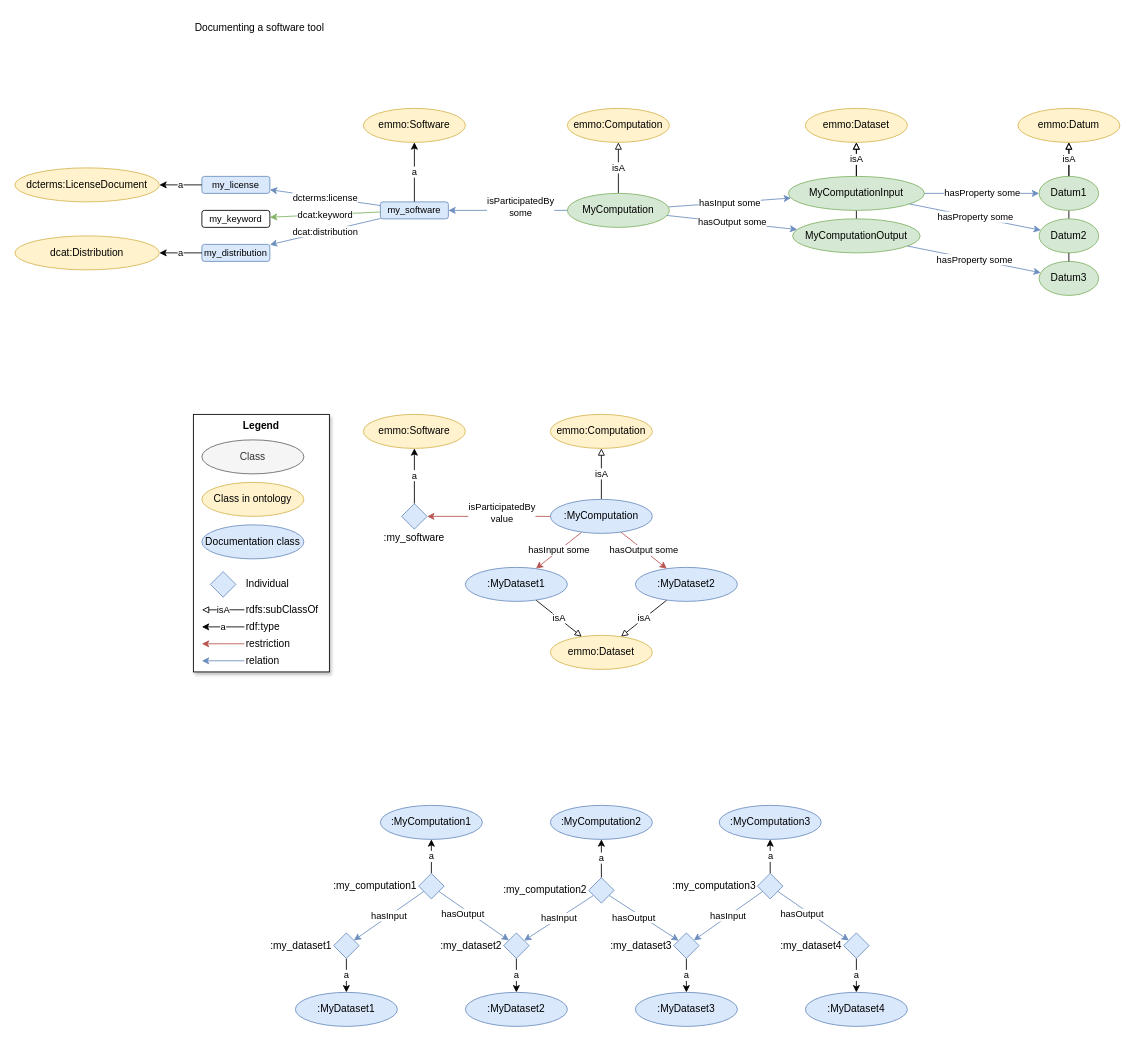
The draw.io diagram page "Page-1" (1 of 2) of examples/tools/figs/matchmaker-datadoc.drawio in HEU-MatCHMaker/DataDocumentation, before the edit. Source tidied: cells renumbered, new cells numbered last; positions are measured from the earlier drawing's top-left corner, leaving out a move shared by most shapes. Both pictures are drawn from the tidied source at 85%, with x=0, y=0 at pixel (14, 14).
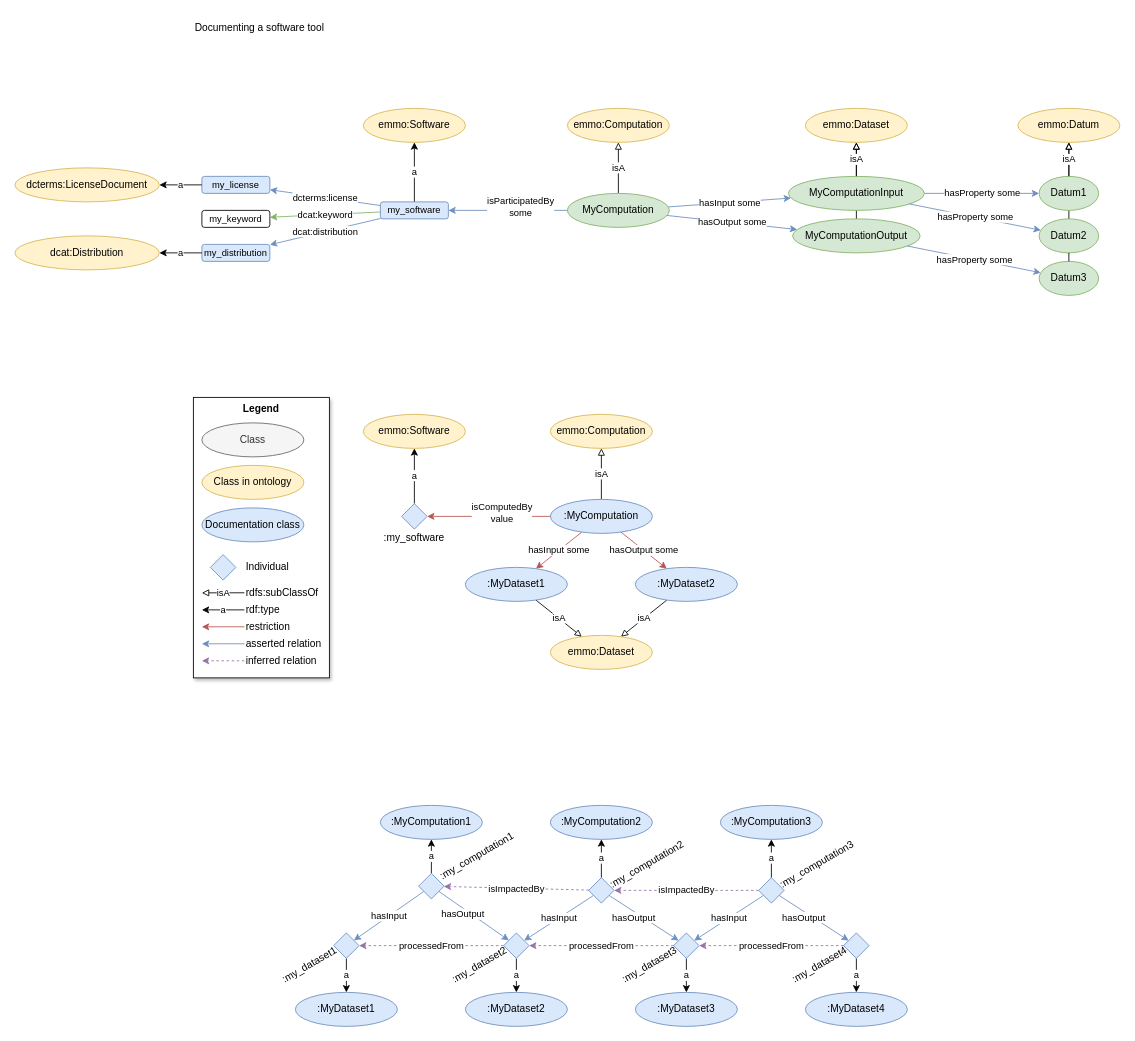
The same diagram, later.

Unchanged cells that the change refers to:
```xml
<mxCell id="44" value=":MyComputation" style="ellipse;whiteSpace=wrap;html=1;fillColor=#dae8fc;strokeColor=#6c8ebf;" parent="1" vertex="1">
  <mxGeometry x="630" y="570" width="120" height="40" as="geometry" />
</mxCell>
<mxCell id="84" style="rhombus;whiteSpace=wrap;html=1;shadow=0;fillColor=#dae8fc;strokeColor=#6c8ebf;" parent="1" vertex="1">
  <mxGeometry x="455" y="575" width="30" height="30" as="geometry" />
</mxCell>
<mxCell id="87" style="rhombus;whiteSpace=wrap;html=1;shadow=0;fillColor=#dae8fc;strokeColor=#6c8ebf;" parent="1" vertex="1">
  <mxGeometry x="475" y="1010" width="30" height="30" as="geometry" />
</mxCell>
<mxCell id="89" style="rhombus;whiteSpace=wrap;html=1;shadow=0;fillColor=#dae8fc;strokeColor=#6c8ebf;" parent="1" vertex="1">
  <mxGeometry x="375" y="1080" width="30" height="30" as="geometry" />
</mxCell>
<mxCell id="92" style="rhombus;whiteSpace=wrap;html=1;shadow=0;fillColor=#dae8fc;strokeColor=#6c8ebf;" parent="1" vertex="1">
  <mxGeometry x="575" y="1080" width="30" height="30" as="geometry" />
</mxCell>
<mxCell id="93" style="rhombus;whiteSpace=wrap;html=1;shadow=0;fillColor=#dae8fc;strokeColor=#6c8ebf;" parent="1" vertex="1">
  <mxGeometry x="675" y="1015" width="30" height="30" as="geometry" />
</mxCell>
<mxCell id="96" style="rhombus;whiteSpace=wrap;html=1;shadow=0;fillColor=#dae8fc;strokeColor=#6c8ebf;" parent="1" vertex="1">
  <mxGeometry x="775" y="1080" width="30" height="30" as="geometry" />
</mxCell>
<mxCell id="99" style="rhombus;whiteSpace=wrap;html=1;shadow=0;fillColor=#dae8fc;strokeColor=#6c8ebf;" parent="1" vertex="1">
  <mxGeometry x="975" y="1080" width="30" height="30" as="geometry" />
</mxCell>
```

What changed in the source:
```diff
@@
     <mxCell id="2" value="&lt;b&gt;Legend&lt;/b&gt;" style="rounded=0;whiteSpace=wrap;html=1;verticalAlign=top;shadow=1;" parent="1" vertex="1">
-      <mxGeometry x="210" y="470" width="160" height="303" as="geometry" />
+      <mxGeometry x="210" y="450" width="160" height="330" as="geometry" />
     </mxCell>
@@
-    <mxCell id="50" value="isParticipatedBy&lt;br&gt;value" style="edgeStyle=none;shape=connector;rounded=0;jettySize=auto;html=1;labelBackgroundColor=default;strokeColor=#b85450;fontFamily=Helvetica;fontSize=11;fontColor=default;endArrow=classic;endFill=1;fillColor=#f8cecc;" parent="1" edge="1" source="44" target="84">
+    <mxCell id="50" value="isComputedBy&lt;br&gt;value" style="edgeStyle=none;shape=connector;rounded=0;jettySize=auto;html=1;labelBackgroundColor=default;strokeColor=#b85450;fontFamily=Helvetica;fontSize=11;fontColor=default;endArrow=classic;endFill=1;fillColor=#f8cecc;" parent="1" edge="1" source="44" target="84">
       <mxGeometry x="-0.21" y="-4" relative="1" as="geometry" />
     </mxCell>
     <mxCell id="51" value="Class" style="ellipse;whiteSpace=wrap;html=1;fillColor=#f5f5f5;strokeColor=#666666;fontColor=#333333;" parent="1" vertex="1">
-      <mxGeometry x="220" y="500" width="120" height="40" as="geometry" />
+      <mxGeometry x="220" y="480" width="120" height="40" as="geometry" />
     </mxCell>
     <mxCell id="52" value="Class in ontology" style="ellipse;whiteSpace=wrap;html=1;fillColor=#fff2cc;strokeColor=#d6b656;" parent="1" vertex="1">
-      <mxGeometry x="220" y="550" width="120" height="40" as="geometry" />
+      <mxGeometry x="220" y="530" width="120" height="40" as="geometry" />
     </mxCell>
     <mxCell id="53" value="Documentation class" style="ellipse;whiteSpace=wrap;html=1;fillColor=#dae8fc;strokeColor=#6c8ebf;" parent="1" vertex="1">
-      <mxGeometry x="220" y="600" width="120" height="40" as="geometry" />
+      <mxGeometry x="220" y="580" width="120" height="40" as="geometry" />
     </mxCell>
     <mxCell id="54" value="isA" style="edgeStyle=none;shape=connector;rounded=0;orthogonalLoop=1;jettySize=auto;html=1;labelBackgroundColor=default;strokeColor=default;fontFamily=Helvetica;fontSize=11;fontColor=default;endArrow=block;endFill=0;" parent="1" edge="1">
       <mxGeometry relative="1" as="geometry">
-        <mxPoint x="270" y="699.9" as="sourcePoint" />
-        <mxPoint x="220" y="700" as="targetPoint" />
+        <mxPoint x="270" y="679.9" as="sourcePoint" />
+        <mxPoint x="220" y="680" as="targetPoint" />
       </mxGeometry>
     </mxCell>
     <mxCell id="55" value="a" style="edgeStyle=none;shape=connector;rounded=0;orthogonalLoop=1;jettySize=auto;html=1;labelBackgroundColor=default;strokeColor=default;fontFamily=Helvetica;fontSize=11;fontColor=default;endArrow=classic;endFill=1;" parent="1" edge="1">
       <mxGeometry relative="1" as="geometry">
-        <mxPoint x="270" y="720" as="sourcePoint" />
-        <mxPoint x="220" y="720" as="targetPoint" />
+        <mxPoint x="270" y="700" as="sourcePoint" />
+        <mxPoint x="220" y="700" as="targetPoint" />
       </mxGeometry>
     </mxCell>
     <mxCell id="56" value="rdfs:subClassOf" style="text;html=1;strokeColor=none;fillColor=none;align=left;verticalAlign=middle;whiteSpace=wrap;rounded=0;" parent="1" vertex="1">
-      <mxGeometry x="270" y="690" width="100" height="20" as="geometry" />
+      <mxGeometry x="270" y="670" width="100" height="20" as="geometry" />
     </mxCell>
     <mxCell id="57" value="rdf:type" style="text;html=1;strokeColor=none;fillColor=none;align=left;verticalAlign=middle;whiteSpace=wrap;rounded=0;" parent="1" vertex="1">
-      <mxGeometry x="270" y="710" width="100" height="20" as="geometry" />
+      <mxGeometry x="270" y="690" width="100" height="20" as="geometry" />
     </mxCell>
     <mxCell id="58" style="edgeStyle=none;shape=connector;rounded=0;orthogonalLoop=1;jettySize=auto;html=1;labelBackgroundColor=default;strokeColor=#b85450;fontFamily=Helvetica;fontSize=11;fontColor=default;endArrow=classic;endFill=1;fillColor=#f8cecc;" parent="1" edge="1">
       <mxGeometry y="1" relative="1" as="geometry">
-        <mxPoint x="270" y="739.9" as="sourcePoint" />
-        <mxPoint x="220" y="740" as="targetPoint" />
+        <mxPoint x="270" y="719.9" as="sourcePoint" />
+        <mxPoint x="220" y="720" as="targetPoint" />
         <Array as="points">
-          <mxPoint x="240" y="739.9" />
+          <mxPoint x="240" y="719.9" />
         </Array>
       </mxGeometry>
     </mxCell>
     <mxCell id="59" value="restriction" style="text;html=1;strokeColor=none;fillColor=none;align=left;verticalAlign=middle;whiteSpace=wrap;rounded=0;" parent="1" vertex="1">
-      <mxGeometry x="270" y="730" width="100" height="20" as="geometry" />
+      <mxGeometry x="270" y="710" width="100" height="20" as="geometry" />
     </mxCell>
@@
     <mxCell id="71" value=":MyComputation3" style="ellipse;whiteSpace=wrap;html=1;fillColor=#dae8fc;strokeColor=#6c8ebf;" parent="1" vertex="1">
-      <mxGeometry x="828.6" y="930" width="120" height="40" as="geometry" />
+      <mxGeometry x="830" y="930" width="120" height="40" as="geometry" />
     </mxCell>
@@
     <mxCell id="80" style="edgeStyle=none;shape=connector;rounded=0;orthogonalLoop=1;jettySize=auto;html=1;labelBackgroundColor=default;strokeColor=#6c8ebf;fontFamily=Helvetica;fontSize=11;fontColor=default;endArrow=classic;endFill=1;fillColor=#dae8fc;" parent="1" edge="1">
       <mxGeometry y="1" relative="1" as="geometry">
-        <mxPoint x="270" y="759.9" as="sourcePoint" />
-        <mxPoint x="220" y="760" as="targetPoint" />
+        <mxPoint x="270" y="739.9" as="sourcePoint" />
+        <mxPoint x="220" y="740" as="targetPoint" />
         <Array as="points">
-          <mxPoint x="240" y="759.9" />
+          <mxPoint x="240" y="739.9" />
         </Array>
       </mxGeometry>
     </mxCell>
-    <mxCell id="81" value="relation" style="text;html=1;strokeColor=none;fillColor=none;align=left;verticalAlign=middle;whiteSpace=wrap;rounded=0;" parent="1" vertex="1">
-      <mxGeometry x="270" y="750" width="100" height="20" as="geometry" />
+    <mxCell id="81" value="asserted relation" style="text;html=1;strokeColor=none;fillColor=none;align=left;verticalAlign=middle;whiteSpace=wrap;rounded=0;" parent="1" vertex="1">
+      <mxGeometry x="270" y="730" width="100" height="20" as="geometry" />
     </mxCell>
@@
     <mxCell id="83" value="Individual" style="text;html=1;strokeColor=none;fillColor=none;align=left;verticalAlign=middle;whiteSpace=wrap;rounded=0;shadow=1;" parent="1" vertex="1">
-      <mxGeometry x="270" y="660" width="80" height="20" as="geometry" />
+      <mxGeometry x="270" y="640" width="80" height="20" as="geometry" />
     </mxCell>
@@
     <mxCell id="85" style="rhombus;whiteSpace=wrap;html=1;shadow=0;fillColor=#dae8fc;strokeColor=#6c8ebf;" parent="1" vertex="1">
-      <mxGeometry x="230" y="655" width="30" height="30" as="geometry" />
+      <mxGeometry x="230" y="635" width="30" height="30" as="geometry" />
     </mxCell>
-    <mxCell id="86" value=":my_computation1" style="text;html=1;strokeColor=none;fillColor=none;align=right;verticalAlign=middle;whiteSpace=wrap;rounded=0;shadow=1;" parent="1" vertex="1">
-      <mxGeometry x="370" y="1015" width="105" height="20" as="geometry" />
+    <mxCell id="86" value=":my_computation1" style="text;html=1;strokeColor=none;fillColor=none;align=right;verticalAlign=middle;whiteSpace=wrap;rounded=0;shadow=1;rotation=-30;" parent="1" vertex="1">
+      <mxGeometry x="490" y="980" width="105" height="20" as="geometry" />
     </mxCell>
@@
-    <mxCell id="88" value=":my_dataset1" style="text;html=1;strokeColor=none;fillColor=none;align=right;verticalAlign=middle;whiteSpace=wrap;rounded=0;shadow=1;" parent="1" vertex="1">
-      <mxGeometry x="290" y="1085" width="85" height="20" as="geometry" />
+    <mxCell id="88" value=":my_dataset1" style="text;html=1;strokeColor=none;fillColor=none;align=right;verticalAlign=middle;whiteSpace=wrap;rounded=0;shadow=1;rotation=-30;" parent="1" vertex="1">
+      <mxGeometry x="300" y="1110" width="85" height="20" as="geometry" />
     </mxCell>
@@
-    <mxCell id="90" value=":my_dataset2" style="text;html=1;strokeColor=none;fillColor=none;align=right;verticalAlign=middle;whiteSpace=wrap;rounded=0;shadow=1;" parent="1" vertex="1">
-      <mxGeometry x="490" y="1085" width="85" height="20" as="geometry" />
+    <mxCell id="90" value=":my_dataset2" style="text;html=1;strokeColor=none;fillColor=none;align=right;verticalAlign=middle;whiteSpace=wrap;rounded=0;shadow=1;rotation=-30;" parent="1" vertex="1">
+      <mxGeometry x="500" y="1110" width="85" height="20" as="geometry" />
     </mxCell>
-    <mxCell id="91" value=":my_computation2" style="text;html=1;strokeColor=none;fillColor=none;align=right;verticalAlign=middle;whiteSpace=wrap;rounded=0;shadow=1;" parent="1" vertex="1">
-      <mxGeometry x="570" y="1020" width="105" height="20" as="geometry" />
+    <mxCell id="91" value=":my_computation2" style="text;html=1;strokeColor=none;fillColor=none;align=right;verticalAlign=middle;whiteSpace=wrap;rounded=0;shadow=1;rotation=-30;" parent="1" vertex="1">
+      <mxGeometry x="690" y="990" width="105" height="20" as="geometry" />
     </mxCell>
@@
-    <mxCell id="94" value=":my_computation3" style="text;html=1;strokeColor=none;fillColor=none;align=right;verticalAlign=middle;whiteSpace=wrap;rounded=0;shadow=1;" parent="1" vertex="1">
-      <mxGeometry x="768.6" y="1015" width="105" height="20" as="geometry" />
+    <mxCell id="94" value=":my_computation3" style="text;html=1;strokeColor=none;fillColor=none;align=right;verticalAlign=middle;whiteSpace=wrap;rounded=0;shadow=1;rotation=-30;" parent="1" vertex="1">
+      <mxGeometry x="890" y="990" width="105" height="20" as="geometry" />
     </mxCell>
-    <mxCell id="95" value=":my_dataset3" style="text;html=1;strokeColor=none;fillColor=none;align=right;verticalAlign=middle;whiteSpace=wrap;rounded=0;shadow=1;" parent="1" vertex="1">
-      <mxGeometry x="690" y="1085" width="85" height="20" as="geometry" />
+    <mxCell id="95" value=":my_dataset3" style="text;html=1;strokeColor=none;fillColor=none;align=right;verticalAlign=middle;whiteSpace=wrap;rounded=0;shadow=1;rotation=-30;" parent="1" vertex="1">
+      <mxGeometry x="700" y="1110" width="85" height="20" as="geometry" />
     </mxCell>
@@
     <mxCell id="97" style="rhombus;whiteSpace=wrap;html=1;shadow=0;fillColor=#dae8fc;strokeColor=#6c8ebf;" parent="1" vertex="1">
-      <mxGeometry x="873.6" y="1010" width="30" height="30" as="geometry" />
+      <mxGeometry x="875" y="1015" width="30" height="30" as="geometry" />
     </mxCell>
-    <mxCell id="98" value=":my_dataset4" style="text;html=1;strokeColor=none;fillColor=none;align=right;verticalAlign=middle;whiteSpace=wrap;rounded=0;shadow=1;" parent="1" vertex="1">
-      <mxGeometry x="890" y="1085" width="85" height="20" as="geometry" />
+    <mxCell id="98" value=":my_dataset4" style="text;html=1;strokeColor=none;fillColor=none;align=right;verticalAlign=middle;whiteSpace=wrap;rounded=0;shadow=1;rotation=-30;" parent="1" vertex="1">
+      <mxGeometry x="900" y="1110" width="85" height="20" as="geometry" />
     </mxCell>
@@
+    <mxCell id="100" value="isImpactedBy" style="edgeStyle=none;shape=connector;rounded=0;jettySize=auto;html=1;labelBackgroundColor=default;strokeColor=#9673a6;fontFamily=Helvetica;fontSize=11;fontColor=default;endArrow=classic;endFill=1;fillColor=#e1d5e7;dashed=1;" parent="1" edge="1" source="97" target="93">
+      <mxGeometry relative="1" as="geometry" />
+    </mxCell>
+    <mxCell id="101" value="processedFrom" style="edgeStyle=none;shape=connector;rounded=0;jettySize=auto;html=1;labelBackgroundColor=default;strokeColor=#9673a6;fontFamily=Helvetica;fontSize=11;fontColor=default;endArrow=classic;endFill=1;fillColor=#e1d5e7;dashed=1;" parent="1" edge="1" source="99" target="96">
+      <mxGeometry relative="1" as="geometry" />
+    </mxCell>
+    <mxCell id="102" value="isImpactedBy" style="edgeStyle=none;shape=connector;rounded=0;jettySize=auto;html=1;labelBackgroundColor=default;strokeColor=#9673a6;fontFamily=Helvetica;fontSize=11;fontColor=default;endArrow=classic;endFill=1;fillColor=#e1d5e7;dashed=1;" parent="1" edge="1" source="93" target="87">
+      <mxGeometry relative="1" as="geometry" />
+    </mxCell>
+    <mxCell id="103" value="processedFrom" style="edgeStyle=none;shape=connector;rounded=0;jettySize=auto;html=1;labelBackgroundColor=default;strokeColor=#9673a6;fontFamily=Helvetica;fontSize=11;fontColor=default;endArrow=classic;endFill=1;fillColor=#e1d5e7;dashed=1;" parent="1" edge="1" source="96" target="92">
+      <mxGeometry relative="1" as="geometry" />
+    </mxCell>
+    <mxCell id="104" value="processedFrom" style="edgeStyle=none;shape=connector;rounded=0;jettySize=auto;html=1;labelBackgroundColor=default;strokeColor=#9673a6;fontFamily=Helvetica;fontSize=11;fontColor=default;endArrow=classic;endFill=1;fillColor=#e1d5e7;dashed=1;" parent="1" edge="1" source="92" target="89">
+      <mxGeometry relative="1" as="geometry" />
+    </mxCell>
+    <mxCell id="105" style="edgeStyle=none;shape=connector;rounded=0;orthogonalLoop=1;jettySize=auto;html=1;labelBackgroundColor=default;strokeColor=#9673a6;fontFamily=Helvetica;fontSize=11;fontColor=default;endArrow=classic;endFill=1;fillColor=#e1d5e7;dashed=1;" parent="1" edge="1">
+      <mxGeometry y="1" relative="1" as="geometry">
+        <mxPoint x="270" y="759.9" as="sourcePoint" />
+        <mxPoint x="220" y="760" as="targetPoint" />
+        <Array as="points">
+          <mxPoint x="240" y="759.9" />
+        </Array>
+      </mxGeometry>
+    </mxCell>
+    <mxCell id="106" value="inferred relation" style="text;html=1;strokeColor=none;fillColor=none;align=left;verticalAlign=middle;whiteSpace=wrap;rounded=0;" parent="1" vertex="1">
+      <mxGeometry x="270" y="750" width="100" height="20" as="geometry" />
+    </mxCell>
```
